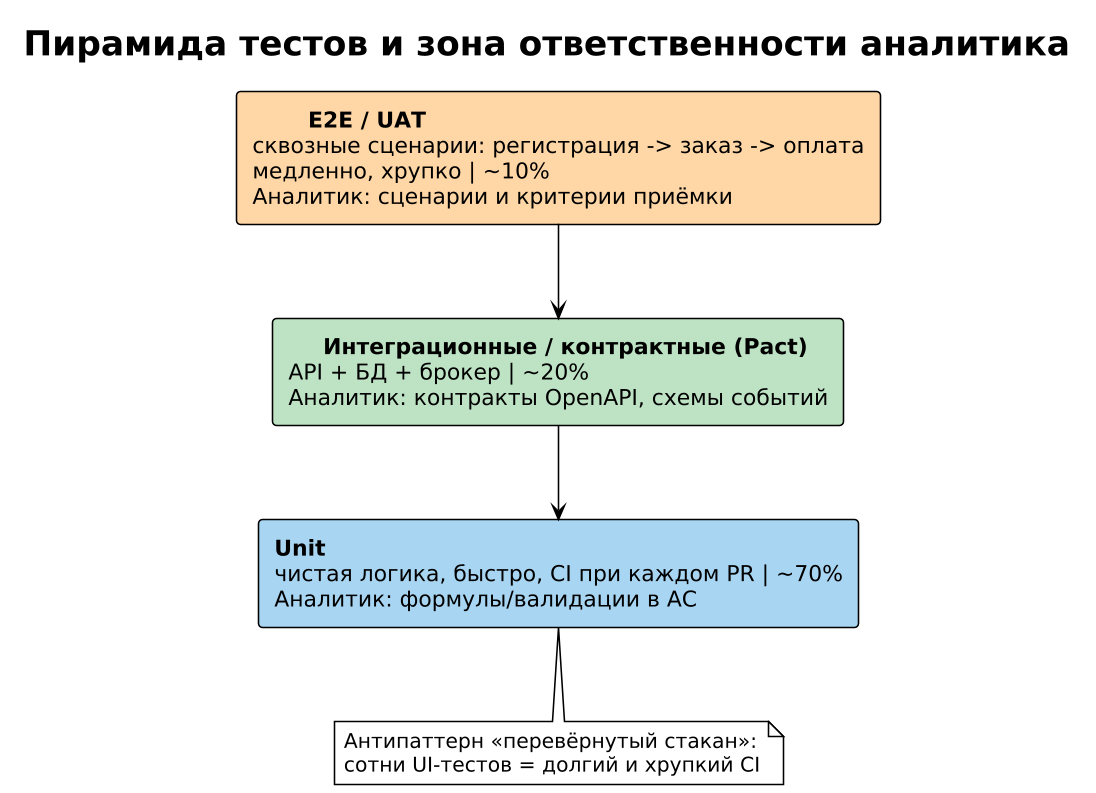
This is images_fullstack/06_test_pyramid.png from maedodo11/fullstack-system-analyst, a PlantUML export, as it was before one commit. Its source is kept beside it as puml_fullstack/06_test_pyramid.puml. Its diagram source:
```plantuml
@startuml 06_test_pyramid
!pragma layout smetana
!theme plain
title Пирамида тестов и зона ответственности аналитика
rectangle "        **E2E / UAT**\nсквозные сценарии: регистрация -> заказ -> оплата\nмедленно, хрупко | ~10%\nАналитик: сценарии и критерии приёмки" as E2E #FFD6A5
rectangle "     **Интеграционные / контрактные (Pact)**\nAPI + БД + брокер | ~20%\nАналитик: контракты OpenAPI, схемы событий" as INT #BDE3C4
rectangle "**Unit**\nчистая логика, быстро, CI при каждом PR | ~70%\nАналитик: формулы/валидации в AC" as UNIT #A8D5F2
E2E -down-> INT
INT -down-> UNIT
note bottom of UNIT : Антипаттерн «перевёрнутый стакан»:\nсотни UI-тестов = долгий и хрупкий CI
@enduml
```
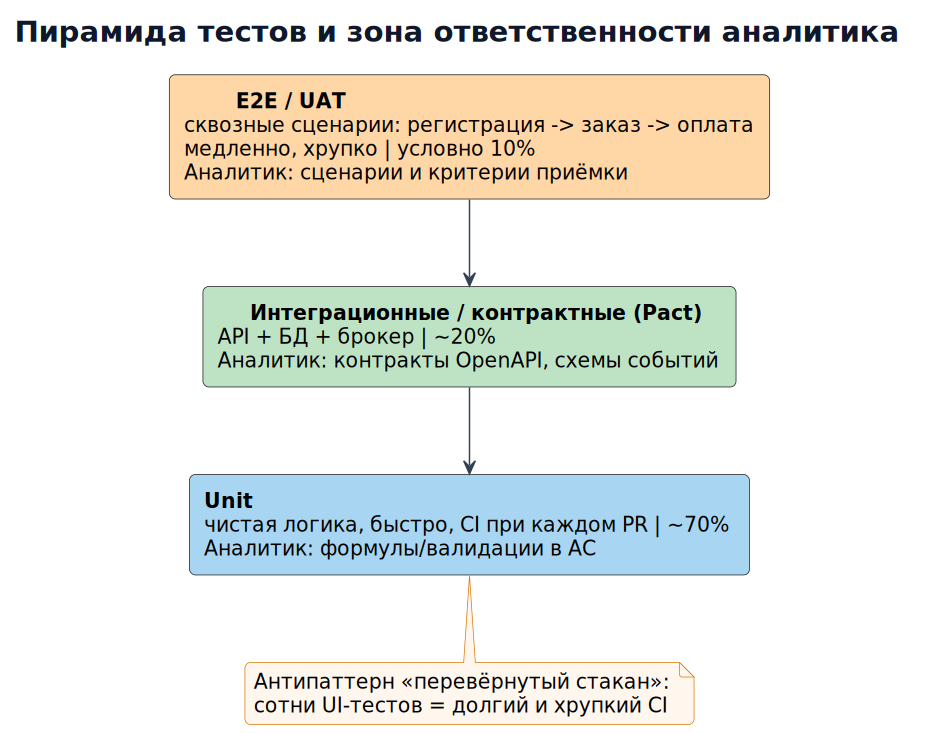
Above is the later version.

Change to the diagram source:
```diff
@@ -1,8 +1,17 @@
 @startuml 06_test_pyramid
-!pragma layout smetana
-!theme plain
+skinparam defaultFontName "DejaVu Sans"
+skinparam defaultFontSize 14
+skinparam backgroundColor #FFFFFF
+skinparam shadowing false
+skinparam roundcorner 8
+skinparam ArrowColor #334155
+skinparam titleFontColor #0F172A
+skinparam titleFontSize 20
+skinparam noteBackgroundColor #FFF7ED
+skinparam noteBorderColor #D97706
+skinparam dpi 140
 title Пирамида тестов и зона ответственности аналитика
-rectangle "        **E2E / UAT**\nсквозные сценарии: регистрация -> заказ -> оплата\nмедленно, хрупко | ~10%\nАналитик: сценарии и критерии приёмки" as E2E #FFD6A5
+rectangle "        **E2E / UAT**\nсквозные сценарии: регистрация -> заказ -> оплата\nмедленно, хрупко | условно 10%\nАналитик: сценарии и критерии приёмки" as E2E #FFD6A5
 rectangle "     **Интеграционные / контрактные (Pact)**\nAPI + БД + брокер | ~20%\nАналитик: контракты OpenAPI, схемы событий" as INT #BDE3C4
 rectangle "**Unit**\nчистая логика, быстро, CI при каждом PR | ~70%\nАналитик: формулы/валидации в AC" as UNIT #A8D5F2
 E2E -down-> INT
```
